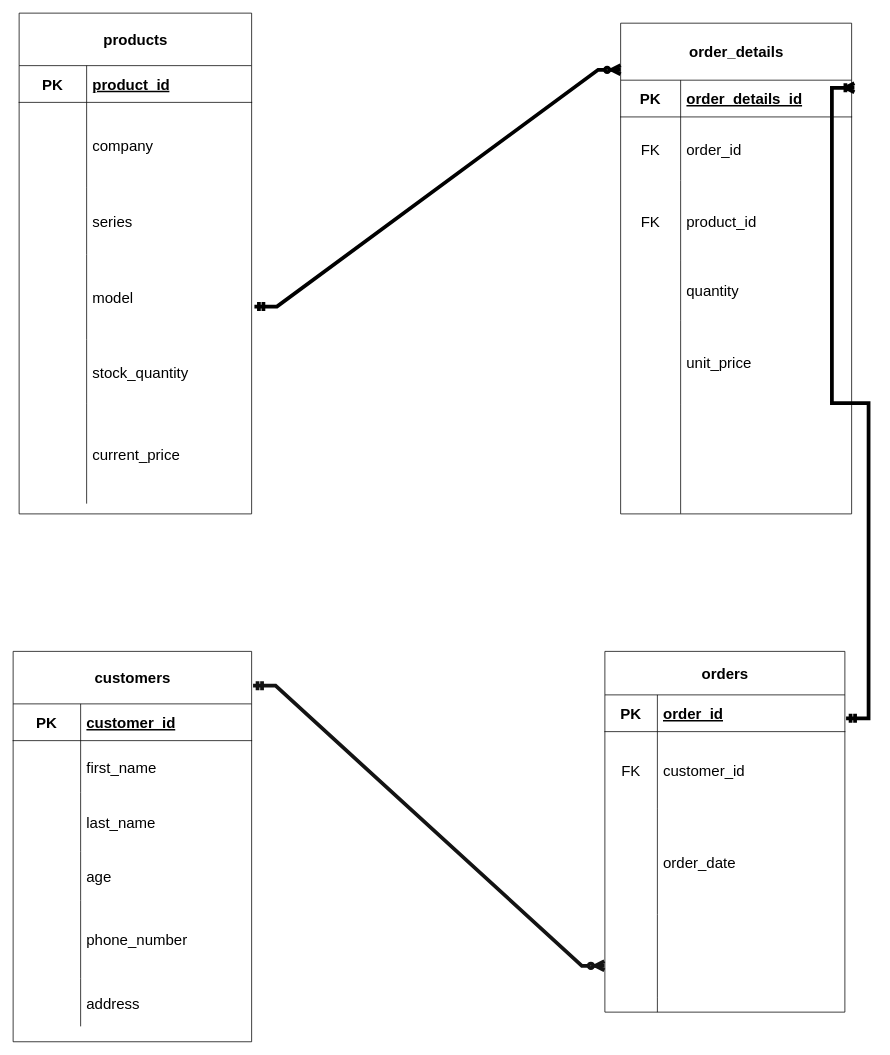
This is Database Diagrams/ERD.drawio from nawaz677/Mobile-Store-Management-System, a draw.io file, before an edit. Source tidied: cells renumbered, new cells numbered last; positions are measured from the earlier drawing's top-left corner, leaving out a move shared by most shapes. Both pictures are drawn from the tidied source at 75%, with x=0, y=0 at pixel (13, 13).
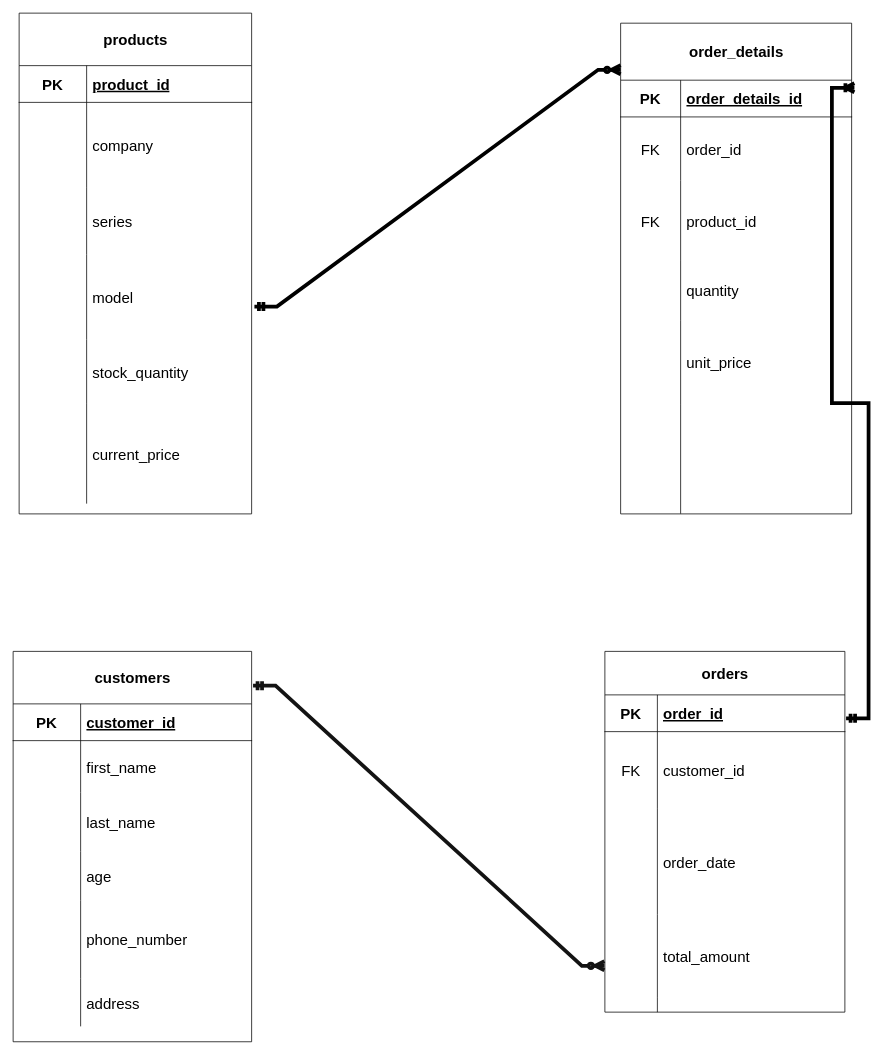
The same diagram, later.

The change refers to these unchanged cells:
```xml
<mxCell id="50" style="shape=tableRow;horizontal=0;startSize=0;swimlaneHead=0;swimlaneBody=0;fillColor=none;points=[[0,0.5],[1,0.5]];portConstraint=eastwest;top=0;left=0;right=0;bottom=0;fontSize=20;labelBackgroundColor=none;labelBorderColor=none;fontColor=none;noLabel=1;" parent="40" vertex="1">
  <mxGeometry y="351" width="320" height="110" as="geometry" />
</mxCell>
```

What changed in the source:
```diff
@@
-    <mxCell id="52" style="shape=partialRectangle;fillColor=none;top=0;left=0;bottom=0;right=0;align=left;spacingLeft=6;overflow=hidden;whiteSpace=wrap;html=1;fontSize=20;" parent="50" vertex="1">
+    <mxCell id="52" value="total_amount" style="shape=partialRectangle;fillColor=none;top=0;left=0;bottom=0;right=0;align=left;spacingLeft=6;overflow=hidden;whiteSpace=wrap;html=1;fontSize=20;" parent="50" vertex="1">
       <mxGeometry x="70" width="250" height="110" as="geometry" />
     </mxCell>
```
